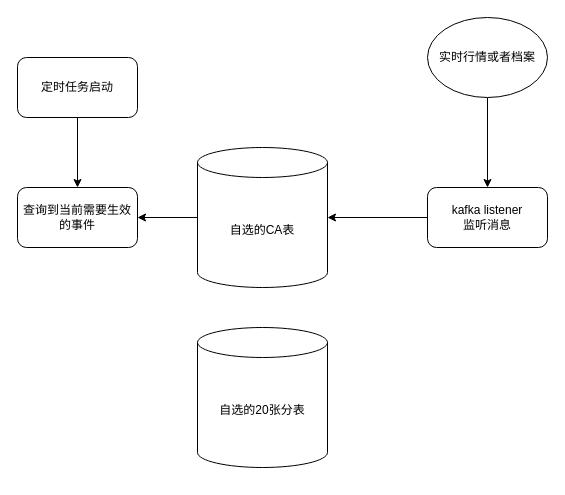
The draw.io diagram 未命名绘图.drawio in Hia-Hia/A-note, before the edit. Source tidied: cells renumbered, new cells numbered last; positions are measured from the earlier drawing's top-left corner, leaving out a move shared by most shapes. Both pictures are drawn from the tidied source at 100%, with x=0, y=0 at pixel (17, 17).
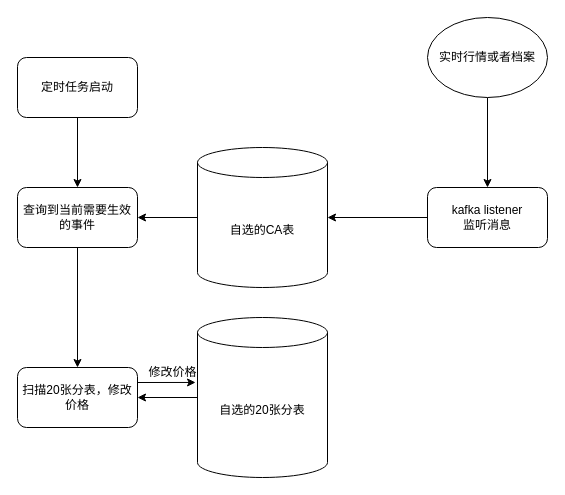
After the change.

Commit message:
自选价格复权.drawio

Change to the diagram source:
```diff
@@
 <mxGraphModel>
   <root>
     <mxCell id="0" />
     <mxCell id="1" parent="0" />
     <mxCell id="2" style="edgeStyle=orthogonalEdgeStyle;rounded=0;jettySize=auto;html=1;" parent="1" edge="1" source="3" target="4">
       <mxGeometry relative="1" as="geometry" />
     </mxCell>
     <mxCell id="3" value="定时任务启动" style="rounded=1;whiteSpace=wrap;html=1;" parent="1" vertex="1">
       <mxGeometry y="40" width="120" height="60" as="geometry" />
     </mxCell>
+    <mxCell id="12" style="edgeStyle=orthogonalEdgeStyle;rounded=0;jettySize=auto;html=1;" parent="1" edge="1" source="4" target="14">
+      <mxGeometry relative="1" as="geometry" />
+    </mxCell>
     <mxCell id="4" value="查询到当前需要生效的事件" style="rounded=1;whiteSpace=wrap;html=1;" parent="1" vertex="1">
       <mxGeometry y="170" width="120" height="60" as="geometry" />
     </mxCell>
     <mxCell id="5" style="edgeStyle=orthogonalEdgeStyle;rounded=0;jettySize=auto;html=1;" parent="1" edge="1" source="6" target="4">
       <mxGeometry relative="1" as="geometry" />
     </mxCell>
     <mxCell id="6" value="自选的CA表" style="shape=cylinder3;whiteSpace=wrap;html=1;boundedLbl=1;backgroundOutline=1;size=15;" parent="1" vertex="1">
       <mxGeometry x="180" y="130" width="130" height="140" as="geometry" />
     </mxCell>
     <mxCell id="7" style="edgeStyle=orthogonalEdgeStyle;rounded=0;jettySize=auto;html=1;" parent="1" edge="1" source="8" target="6">
       <mxGeometry relative="1" as="geometry" />
     </mxCell>
     <mxCell id="8" value="kafka listener&lt;div&gt;监听消息&lt;/div&gt;" style="rounded=1;whiteSpace=wrap;html=1;" parent="1" vertex="1">
       <mxGeometry x="410" y="170" width="120" height="60" as="geometry" />
     </mxCell>
     <mxCell id="9" style="edgeStyle=orthogonalEdgeStyle;rounded=0;jettySize=auto;html=1;" parent="1" edge="1" source="10" target="8">
       <mxGeometry relative="1" as="geometry" />
     </mxCell>
     <mxCell id="10" value="实时行情或者档案" style="ellipse;whiteSpace=wrap;html=1;" parent="1" vertex="1">
       <mxGeometry x="410" width="120" height="80" as="geometry" />
     </mxCell>
+    <mxCell id="13" style="edgeStyle=orthogonalEdgeStyle;rounded=0;jettySize=auto;html=1;exitX=0;exitY=0.5;exitDx=0;exitDy=0;exitPerimeter=0;entryX=1;entryY=0.5;entryDx=0;entryDy=0;" parent="1" edge="1" source="11" target="14">
+      <mxGeometry relative="1" as="geometry" />
+    </mxCell>
     <mxCell id="11" value="自选的20张分表" style="shape=cylinder3;whiteSpace=wrap;html=1;boundedLbl=1;backgroundOutline=1;size=15;" parent="1" vertex="1">
-      <mxGeometry x="180" y="310" width="130" height="140" as="geometry" />
+      <mxGeometry x="180" y="300" width="130" height="160" as="geometry" />
     </mxCell>
+    <mxCell id="14" value="扫描20张分表，修改价格" style="rounded=1;whiteSpace=wrap;html=1;" parent="1" vertex="1">
+      <mxGeometry y="350" width="120" height="60" as="geometry" />
+    </mxCell>
+    <mxCell id="15" style="edgeStyle=orthogonalEdgeStyle;rounded=0;jettySize=auto;html=1;exitX=1;exitY=0.25;exitDx=0;exitDy=0;entryX=-0.015;entryY=0.406;entryDx=0;entryDy=0;entryPerimeter=0;" parent="1" edge="1" source="14" target="11">
+      <mxGeometry relative="1" as="geometry" />
+    </mxCell>
+    <mxCell id="16" value="修改价格" style="text;html=1;align=center;verticalAlign=middle;strokeColor=none;fillColor=none;" parent="1" vertex="1">
+      <mxGeometry x="120" y="340" width="70" height="30" as="geometry" />
+    </mxCell>
   </root>
 </mxGraphModel>
```
